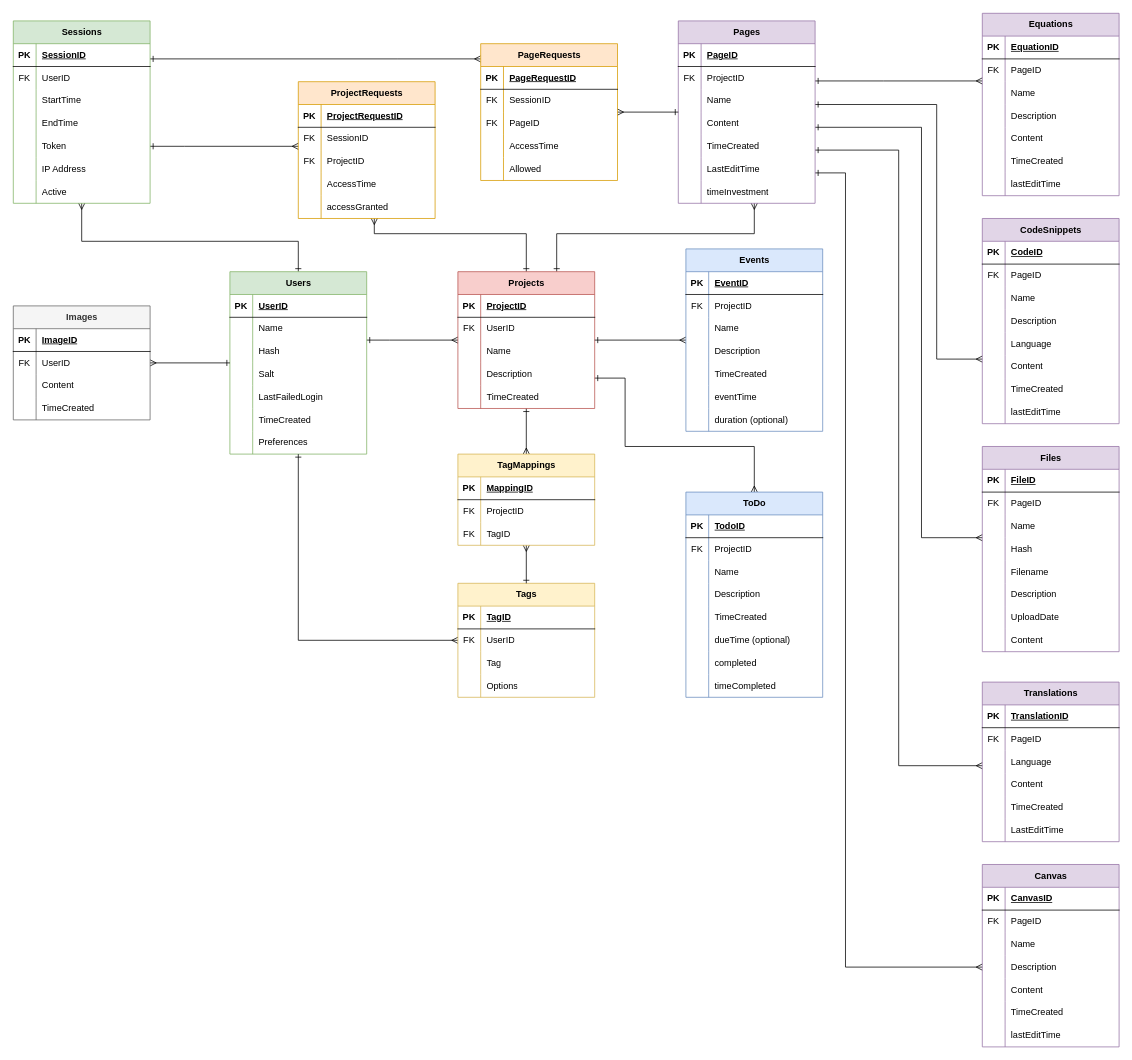
Earlier version of the draw.io diagram assets/ERD.drawio (Maple-Lazuli/one-place-v3). Source tidied: cells renumbered, new cells numbered last; positions are measured from the earlier drawing's top-left corner, leaving out a move shared by most shapes. Both pictures are drawn from the tidied source at 76%, with x=0, y=0 at pixel (13, 13).
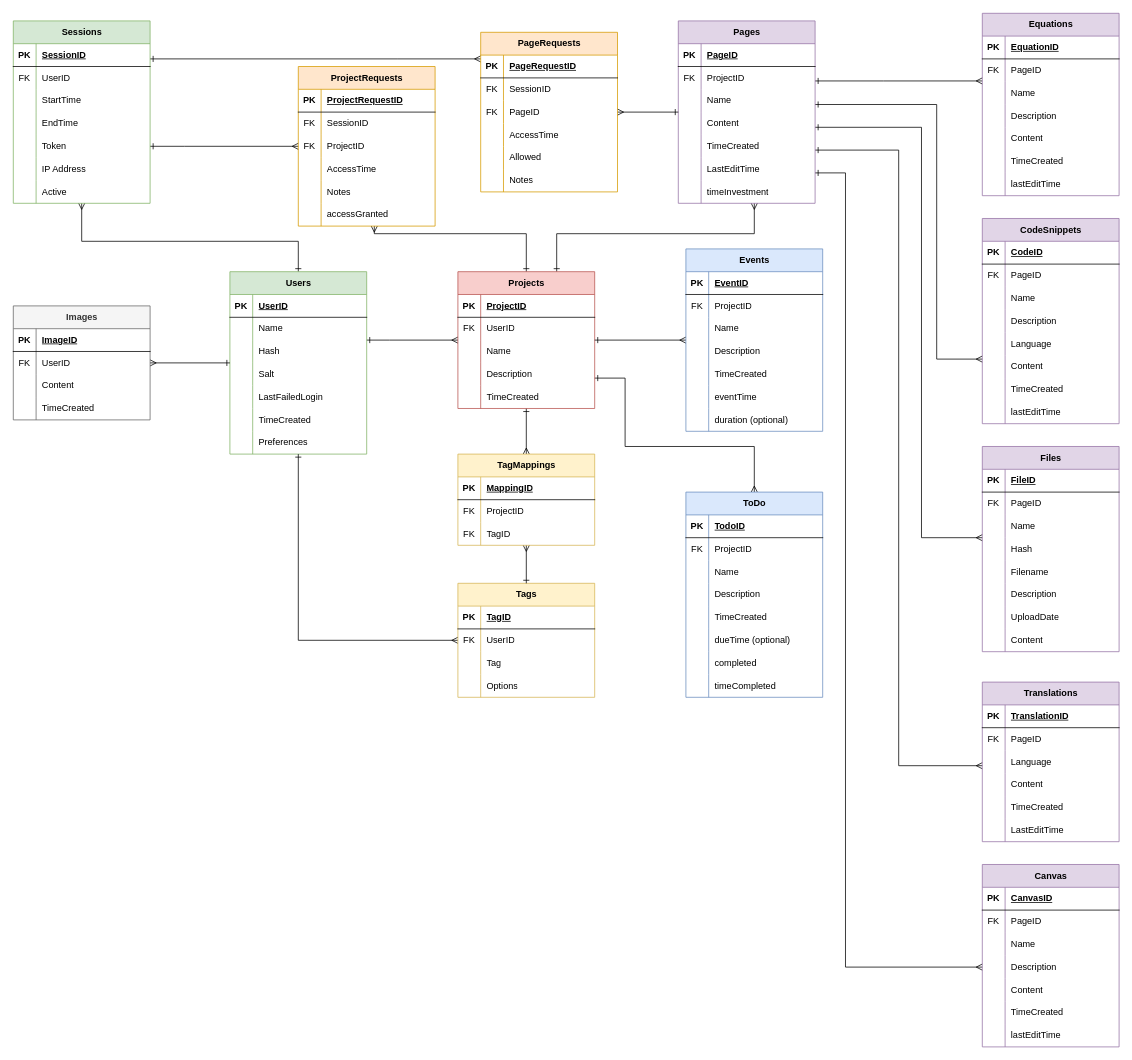
Above is the later version.

The change refers to these unchanged cells:
```xml
<mxCell id="269" style="shape=tableRow;horizontal=0;startSize=0;swimlaneHead=0;swimlaneBody=0;fillColor=none;top=0;left=0;right=0;bottom=0;" parent="256" vertex="1">
  <mxGeometry y="150" width="180" height="30" as="geometry" />
</mxCell>
```

Change to the diagram source:
```diff
@@
     <mxCell id="256" value="ProjectRequests" style="shape=table;startSize=30;childLayout=tableLayout;rowLines=0;fontStyle=1;align=center;html=1;fillColor=#ffe6cc;strokeColor=#d79b00;" parent="1" vertex="1">
-      <mxGeometry x="375" y="90" width="180" height="180" as="geometry" />
+      <mxGeometry x="375" y="70" width="180" height="210" as="geometry" />
     </mxCell>
@@
-    <mxCell id="271" value="accessGranted" style="shape=partialRectangle;fillColor=none;top=0;left=0;bottom=0;right=0;align=left;spacingLeft=6;overflow=hidden;whiteSpace=wrap;html=1;" parent="269" vertex="1">
+    <mxCell id="271" value="Notes" style="shape=partialRectangle;fillColor=none;top=0;left=0;bottom=0;right=0;align=left;spacingLeft=6;overflow=hidden;whiteSpace=wrap;html=1;" parent="269" vertex="1">
       <mxGeometry x="30" width="150" height="30" as="geometry" />
     </mxCell>
+    <mxCell id="330" style="shape=tableRow;horizontal=0;startSize=0;swimlaneHead=0;swimlaneBody=0;fillColor=none;top=0;left=0;right=0;bottom=0;" parent="256" vertex="1">
+      <mxGeometry y="180" width="180" height="30" as="geometry" />
+    </mxCell>
+    <mxCell id="331" style="shape=partialRectangle;fillColor=none;top=0;left=0;bottom=0;right=0;overflow=hidden;whiteSpace=wrap;html=1;" parent="330" vertex="1">
+      <mxGeometry width="30" height="30" as="geometry" />
+    </mxCell>
+    <mxCell id="332" value="accessGranted" style="shape=partialRectangle;fillColor=none;top=0;left=0;bottom=0;right=0;align=left;spacingLeft=6;overflow=hidden;whiteSpace=wrap;html=1;" parent="330" vertex="1">
+      <mxGeometry x="30" width="150" height="30" as="geometry" />
+    </mxCell>
@@
     <mxCell id="273" value="PageRequests" style="shape=table;startSize=30;childLayout=tableLayout;rowLines=0;fontStyle=1;align=center;html=1;fillColor=#ffe6cc;strokeColor=#d79b00;" parent="1" vertex="1">
-      <mxGeometry x="615" y="40" width="180" height="180" as="geometry" />
+      <mxGeometry x="615" y="25" width="180" height="210" as="geometry" />
     </mxCell>
@@
+    <mxCell id="333" style="shape=tableRow;horizontal=0;startSize=0;swimlaneHead=0;swimlaneBody=0;fillColor=none;top=0;left=0;right=0;bottom=0;" parent="273" vertex="1">
+      <mxGeometry y="180" width="180" height="30" as="geometry" />
+    </mxCell>
+    <mxCell id="334" style="shape=partialRectangle;fillColor=none;top=0;left=0;bottom=0;right=0;overflow=hidden;whiteSpace=wrap;html=1;" parent="333" vertex="1">
+      <mxGeometry width="30" height="30" as="geometry" />
+    </mxCell>
+    <mxCell id="335" value="Notes" style="shape=partialRectangle;fillColor=none;top=0;left=0;bottom=0;right=0;align=left;spacingLeft=6;overflow=hidden;whiteSpace=wrap;html=1;" parent="333" vertex="1">
+      <mxGeometry x="30" width="150" height="30" as="geometry" />
+    </mxCell>
```
